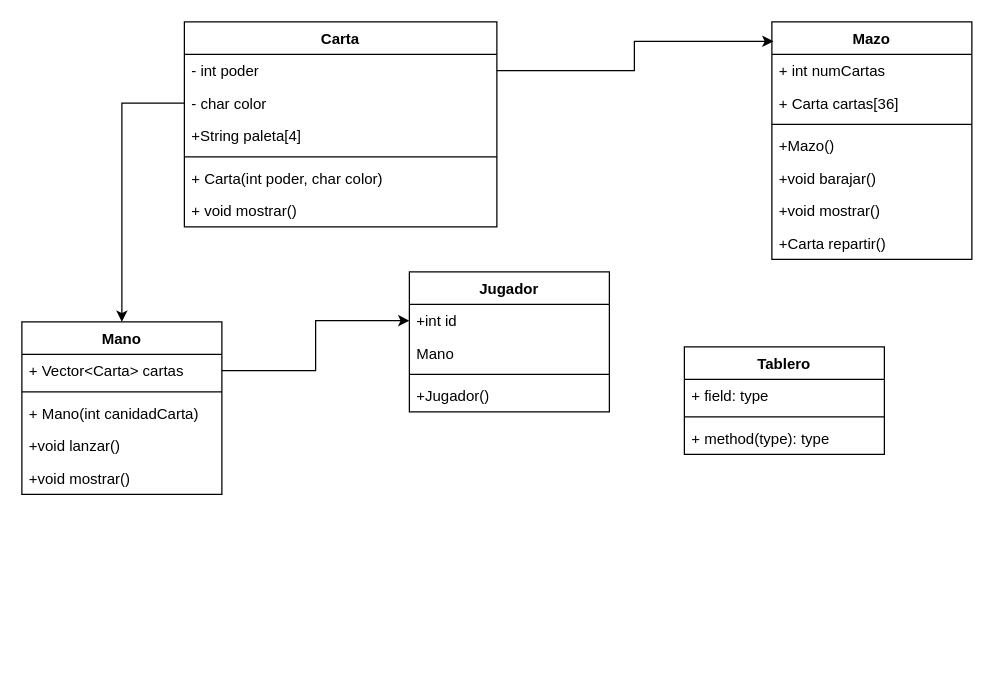
Before: Diagrama sin título.drawio in Samuel-ITM/test, a draw.io diagram. Source tidied: cells renumbered, new cells numbered last; positions are measured from the earlier drawing's top-left corner, leaving out a move shared by most shapes. Both pictures are drawn from the tidied source at 125%, with x=0, y=0 at pixel (21, 21).
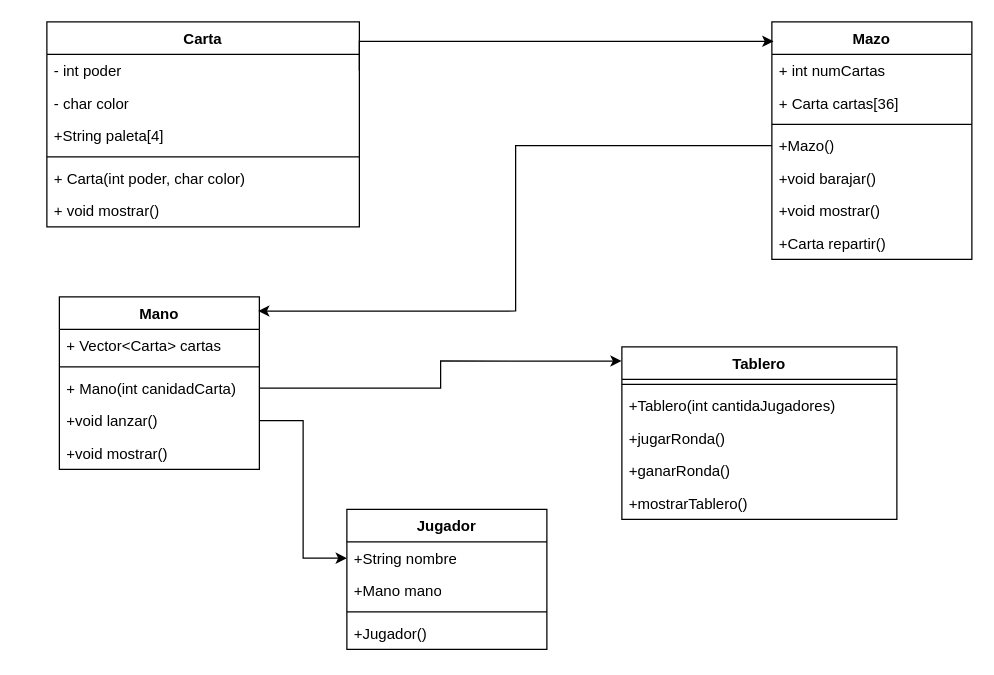
The same diagram, later.

The change refers to these unchanged cells:
```xml
<mxCell id="3" value="- int poder" style="text;strokeColor=none;fillColor=none;align=left;verticalAlign=top;spacingLeft=4;spacingRight=4;overflow=hidden;points=[[0,0.5],[1,0.5]];portConstraint=eastwest;whiteSpace=wrap;html=1;" parent="2" vertex="1">
  <mxGeometry y="26" width="250" height="26" as="geometry" />
</mxCell>
<mxCell id="4" value="- char color" style="text;strokeColor=none;fillColor=none;align=left;verticalAlign=top;spacingLeft=4;spacingRight=4;overflow=hidden;points=[[0,0.5],[1,0.5]];portConstraint=eastwest;whiteSpace=wrap;html=1;" parent="2" vertex="1">
  <mxGeometry y="52" width="250" height="26" as="geometry" />
</mxCell>
<mxCell id="9" value="Mazo" style="swimlane;fontStyle=1;align=center;verticalAlign=top;horizontal=1;startSize=26;whiteSpace=wrap;html=1;" parent="1" vertex="1">
  <mxGeometry x="600" width="160" height="190" as="geometry" />
</mxCell>
<mxCell id="13" value="+Mazo()" style="text;strokeColor=none;fillColor=none;align=left;verticalAlign=top;spacingLeft=4;spacingRight=4;overflow=hidden;points=[[0,0.5],[1,0.5]];portConstraint=eastwest;whiteSpace=wrap;html=1;" parent="9" vertex="1">
  <mxGeometry y="86" width="160" height="26" as="geometry" />
</mxCell>
<mxCell id="23" value="+ Vector&amp;lt;Carta&amp;gt; cartas" style="text;strokeColor=none;fillColor=none;align=left;verticalAlign=top;spacingLeft=4;spacingRight=4;overflow=hidden;points=[[0,0.5],[1,0.5]];portConstraint=eastwest;whiteSpace=wrap;html=1;" parent="22" vertex="1">
  <mxGeometry y="26" width="160" height="26" as="geometry" />
</mxCell>
<mxCell id="25" value="+ Mano(int canidadCarta)" style="text;strokeColor=none;fillColor=none;align=left;verticalAlign=top;spacingLeft=4;spacingRight=4;overflow=hidden;points=[[0,0.5],[1,0.5]];portConstraint=eastwest;whiteSpace=wrap;html=1;" parent="22" vertex="1">
  <mxGeometry y="60" width="160" height="26" as="geometry" />
</mxCell>
<mxCell id="26" value="+void lanzar()" style="text;strokeColor=none;fillColor=none;align=left;verticalAlign=top;spacingLeft=4;spacingRight=4;overflow=hidden;points=[[0,0.5],[1,0.5]];portConstraint=eastwest;whiteSpace=wrap;html=1;" parent="22" vertex="1">
  <mxGeometry y="86" width="160" height="26" as="geometry" />
</mxCell>
```

Change to the diagram source:
```diff
@@
     <mxCell id="2" value="Carta" style="swimlane;fontStyle=1;align=center;verticalAlign=top;horizontal=1;startSize=26;whiteSpace=wrap;html=1;" parent="1" vertex="1">
-      <mxGeometry x="130" width="250" height="164" as="geometry" />
+      <mxGeometry x="20" width="250" height="164" as="geometry" />
     </mxCell>
@@
     <mxCell id="17" value="Jugador" style="swimlane;fontStyle=1;align=center;verticalAlign=top;horizontal=1;startSize=26;whiteSpace=wrap;html=1;" parent="1" vertex="1">
-      <mxGeometry x="310" y="200" width="160" height="112" as="geometry" />
+      <mxGeometry x="260" y="390" width="160" height="112" as="geometry" />
     </mxCell>
-    <mxCell id="18" value="+int id" style="text;strokeColor=none;fillColor=none;align=left;verticalAlign=top;spacingLeft=4;spacingRight=4;overflow=hidden;points=[[0,0.5],[1,0.5]];portConstraint=eastwest;whiteSpace=wrap;html=1;" parent="17" vertex="1">
+    <mxCell id="18" value="+String nombre" style="text;strokeColor=none;fillColor=none;align=left;verticalAlign=top;spacingLeft=4;spacingRight=4;overflow=hidden;points=[[0,0.5],[1,0.5]];portConstraint=eastwest;whiteSpace=wrap;html=1;" parent="17" vertex="1">
       <mxGeometry y="26" width="160" height="26" as="geometry" />
     </mxCell>
-    <mxCell id="19" value="Mano" style="text;strokeColor=none;fillColor=none;align=left;verticalAlign=top;spacingLeft=4;spacingRight=4;overflow=hidden;whiteSpace=wrap;html=1;" parent="17" vertex="1">
+    <mxCell id="19" value="+Mano mano" style="text;strokeColor=none;fillColor=none;align=left;verticalAlign=top;spacingLeft=4;spacingRight=4;overflow=hidden;whiteSpace=wrap;html=1;" parent="17" vertex="1">
       <mxGeometry y="52" width="160" height="26" as="geometry" />
     </mxCell>
@@
     <mxCell id="22" value="Mano" style="swimlane;fontStyle=1;align=center;verticalAlign=top;horizontal=1;startSize=26;whiteSpace=wrap;html=1;" parent="1" vertex="1">
-      <mxGeometry y="240" width="160" height="138" as="geometry" />
+      <mxGeometry x="30" y="220" width="160" height="138" as="geometry" />
     </mxCell>
@@
     <mxCell id="28" style="edgeStyle=orthogonalEdgeStyle;rounded=0;jettySize=auto;html=1;exitX=1;exitY=0.5;exitDx=0;exitDy=0;entryX=0.008;entryY=0.082;entryDx=0;entryDy=0;entryPerimeter=0;" parent="1" edge="1" source="3" target="9">
-      <mxGeometry relative="1" as="geometry" />
+      <mxGeometry relative="1" as="geometry">
+        <Array as="points">
+          <mxPoint x="270" y="16" />
+        </Array>
+      </mxGeometry>
     </mxCell>
-    <mxCell id="29" style="edgeStyle=orthogonalEdgeStyle;rounded=0;jettySize=auto;html=1;exitX=0;exitY=0.5;exitDx=0;exitDy=0;entryX=0.5;entryY=0;entryDx=0;entryDy=0;" parent="1" edge="1" source="4" target="22">
-      <mxGeometry relative="1" as="geometry" />
-    </mxCell>
-    <mxCell id="30" style="edgeStyle=orthogonalEdgeStyle;rounded=0;jettySize=auto;html=1;exitX=1;exitY=0.5;exitDx=0;exitDy=0;entryX=0;entryY=0.5;entryDx=0;entryDy=0;" parent="1" edge="1" source="23" target="18">
+    <mxCell id="30" style="edgeStyle=orthogonalEdgeStyle;rounded=0;jettySize=auto;html=1;exitX=1;exitY=0.5;exitDx=0;exitDy=0;entryX=0;entryY=0.5;entryDx=0;entryDy=0;" parent="1" edge="1" source="26" target="18">
       <mxGeometry relative="1" as="geometry" />
     </mxCell>
     <mxCell id="31" value="Tablero" style="swimlane;fontStyle=1;align=center;verticalAlign=top;horizontal=1;startSize=26;whiteSpace=wrap;html=1;" parent="1" vertex="1">
-      <mxGeometry x="530" y="260" width="160" height="86" as="geometry" />
+      <mxGeometry x="480" y="260" width="220" height="138" as="geometry" />
     </mxCell>
-    <mxCell id="32" value="+ field: type" style="text;strokeColor=none;fillColor=none;align=left;verticalAlign=top;spacingLeft=4;spacingRight=4;overflow=hidden;whiteSpace=wrap;html=1;" parent="31" vertex="1">
-      <mxGeometry y="26" width="160" height="26" as="geometry" />
-    </mxCell>
     <mxCell id="33" style="line;strokeWidth=1;fillColor=none;align=left;verticalAlign=middle;spacingTop=-1;spacingLeft=3;spacingRight=3;labelPosition=right;strokeColor=inherit;" parent="31" vertex="1">
-      <mxGeometry y="52" width="160" height="8" as="geometry" />
+      <mxGeometry y="26" width="220" height="8" as="geometry" />
     </mxCell>
-    <mxCell id="34" value="+ method(type): type" style="text;strokeColor=none;fillColor=none;align=left;verticalAlign=top;spacingLeft=4;spacingRight=4;overflow=hidden;whiteSpace=wrap;html=1;" parent="31" vertex="1">
-      <mxGeometry y="60" width="160" height="26" as="geometry" />
+    <mxCell id="34" value="+Tablero(int cantidaJugadores)" style="text;strokeColor=none;fillColor=none;align=left;verticalAlign=top;spacingLeft=4;spacingRight=4;overflow=hidden;whiteSpace=wrap;html=1;" parent="31" vertex="1">
+      <mxGeometry y="34" width="220" height="26" as="geometry" />
     </mxCell>
+    <mxCell id="35" value="+jugarRonda()" style="text;strokeColor=none;fillColor=none;align=left;verticalAlign=top;spacingLeft=4;spacingRight=4;overflow=hidden;whiteSpace=wrap;html=1;" parent="31" vertex="1">
+      <mxGeometry y="60" width="220" height="26" as="geometry" />
+    </mxCell>
+    <mxCell id="36" value="+ganarRonda()" style="text;strokeColor=none;fillColor=none;align=left;verticalAlign=top;spacingLeft=4;spacingRight=4;overflow=hidden;whiteSpace=wrap;html=1;" parent="31" vertex="1">
+      <mxGeometry y="86" width="220" height="26" as="geometry" />
+    </mxCell>
+    <mxCell id="37" value="+mostrarTablero()" style="text;strokeColor=none;fillColor=none;align=left;verticalAlign=top;spacingLeft=4;spacingRight=4;overflow=hidden;whiteSpace=wrap;html=1;" parent="31" vertex="1">
+      <mxGeometry y="112" width="220" height="26" as="geometry" />
+    </mxCell>
+    <mxCell id="38" style="edgeStyle=orthogonalEdgeStyle;rounded=0;jettySize=auto;html=1;exitX=0;exitY=0.5;exitDx=0;exitDy=0;entryX=0.994;entryY=0.082;entryDx=0;entryDy=0;entryPerimeter=0;" parent="1" edge="1" source="13" target="22">
+      <mxGeometry relative="1" as="geometry" />
+    </mxCell>
+    <mxCell id="39" style="edgeStyle=orthogonalEdgeStyle;rounded=0;jettySize=auto;html=1;exitX=1;exitY=0.5;exitDx=0;exitDy=0;entryX=-0.001;entryY=0.082;entryDx=0;entryDy=0;entryPerimeter=0;" parent="1" edge="1" source="25" target="31">
+      <mxGeometry relative="1" as="geometry" />
+    </mxCell>
```
